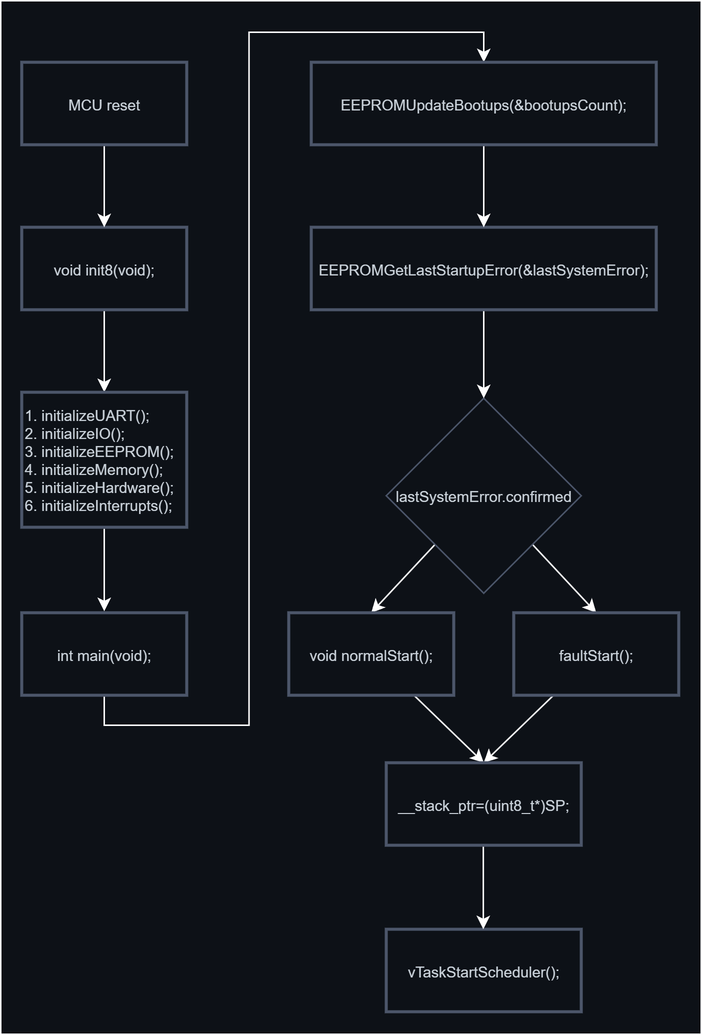
The draw.io diagram Media/StartupSequence.png in alan-kudelko/DrinkCreator6000, before a commit. Source tidied: cells renumbered, new cells last; positions are measured from the earlier drawing's top-left corner, leaving out a move shared by most shapes.
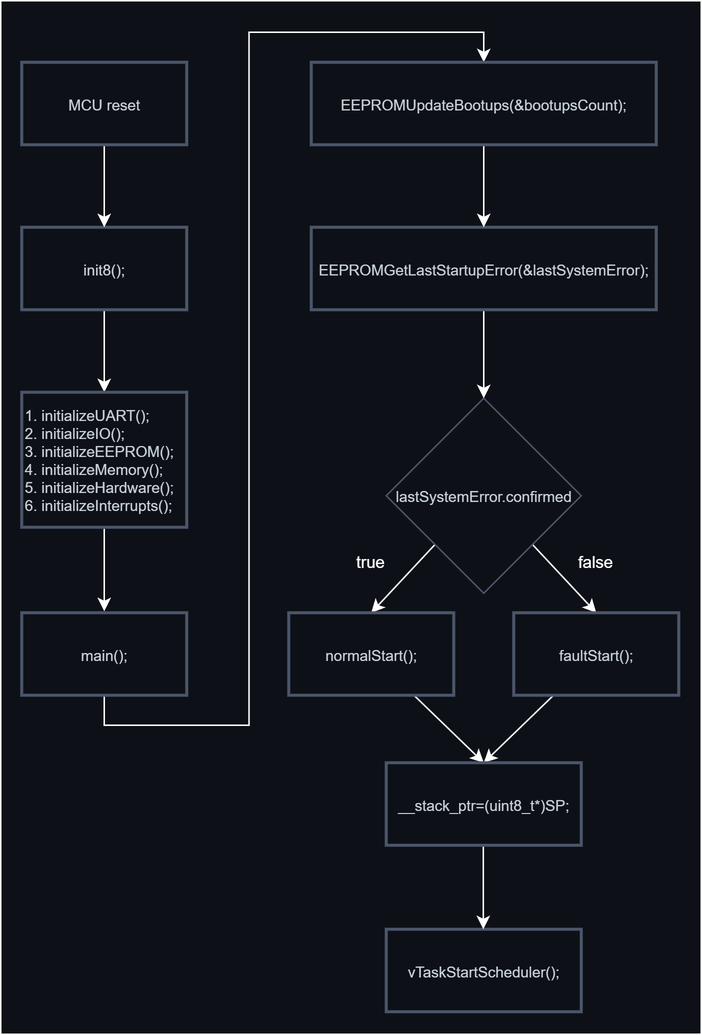
Later version of the same file.

Commit message:
Startup sequence

What changed in the source:
```diff
@@ -5,7 +5,7 @@
     <mxCell id="2" style="edgeStyle=orthogonalEdgeStyle;rounded=0;jettySize=auto;html=1;entryX=0.5;entryY=0;entryDx=0;entryDy=0;strokeColor=#FFFFFF;" parent="1" edge="1" source="3" target="6">
       <mxGeometry relative="1" as="geometry" />
     </mxCell>
-    <mxCell id="3" value="&lt;div&gt;void init8(void);&lt;/div&gt;" style="rounded=0;whiteSpace=wrap;html=1;fontSize=10;align=center;glass=0;shadow=0;strokeWidth=2;perimeterSpacing=0;strokeColor=#4C566A;fillColor=none;fontColor=#C9D1D9;verticalAlign=middle;spacingLeft=0;spacingTop=0;fontFamily=Helvetica;" parent="1" vertex="1">
+    <mxCell id="3" value="&lt;div&gt;init8();&lt;/div&gt;" style="rounded=0;whiteSpace=wrap;html=1;fontSize=10;align=center;glass=0;shadow=0;strokeWidth=2;perimeterSpacing=0;strokeColor=#4C566A;fillColor=none;fontColor=#C9D1D9;verticalAlign=middle;spacingLeft=0;spacingTop=0;fontFamily=Helvetica;" parent="1" vertex="1">
       <mxGeometry x="14" y="151" width="110" height="55" as="geometry" />
     </mxCell>
     <mxCell id="4" style="edgeStyle=orthogonalEdgeStyle;rounded=0;jettySize=auto;html=1;entryX=0.5;entryY=0;entryDx=0;entryDy=0;fontColor=light-dark(#ffffff, #ededed);strokeColor=#FFFFFF;" parent="1" edge="1" source="5" target="3">
@@ -26,7 +26,7 @@
     <mxCell id="8" style="edgeStyle=orthogonalEdgeStyle;rounded=0;jettySize=auto;html=1;entryX=0.5;entryY=0;entryDx=0;entryDy=0;strokeColor=#FFFFFF;exitX=0.5;exitY=1;exitDx=0;exitDy=0;" parent="1" edge="1" source="9" target="20">
       <mxGeometry relative="1" as="geometry" />
     </mxCell>
-    <mxCell id="9" value="&lt;div&gt;int main(void);&lt;/div&gt;" style="rounded=0;whiteSpace=wrap;html=1;fontSize=10;align=center;glass=0;shadow=0;strokeWidth=2;perimeterSpacing=0;strokeColor=#4C566A;fillColor=none;fontColor=#C9D1D9;verticalAlign=middle;spacingLeft=0;spacingTop=0;fontFamily=Helvetica;" parent="1" vertex="1">
+    <mxCell id="9" value="&lt;div&gt;main();&lt;/div&gt;" style="rounded=0;whiteSpace=wrap;html=1;fontSize=10;align=center;glass=0;shadow=0;strokeWidth=2;perimeterSpacing=0;strokeColor=#4C566A;fillColor=none;fontColor=#C9D1D9;verticalAlign=middle;spacingLeft=0;spacingTop=0;fontFamily=Helvetica;" parent="1" vertex="1">
       <mxGeometry x="14" y="408" width="110" height="55" as="geometry" />
     </mxCell>
     <mxCell id="10" style="rounded=0;jettySize=auto;html=1;exitX=1;exitY=1;exitDx=0;exitDy=0;entryX=0.5;entryY=0;entryDx=0;entryDy=0;strokeColor=#FFFFFF;" parent="1" edge="1" source="12" target="16">
@@ -35,13 +35,18 @@
     <mxCell id="11" style="rounded=0;jettySize=auto;html=1;exitX=0;exitY=1;exitDx=0;exitDy=0;entryX=0.5;entryY=0;entryDx=0;entryDy=0;strokeColor=#FFFFFF;" parent="1" edge="1" source="12" target="14">
       <mxGeometry relative="1" as="geometry" />
     </mxCell>
+    <mxCell id="25" value="true" style="edgeLabel;html=1;align=center;verticalAlign=middle;labelBackgroundColor=none;fontColor=light-dark(#ffffff, #ededed);" parent="11" vertex="1">
+      <mxGeometry x="0.03" relative="1" as="geometry">
+        <mxPoint x="-22" y="-12" as="offset" />
+      </mxGeometry>
+    </mxCell>
     <mxCell id="12" value="&lt;span style=&quot;color: rgb(201, 209, 217); font-size: 10px;&quot;&gt;lastSystemError.confirmed&lt;/span&gt;" style="rhombus;whiteSpace=wrap;html=1;fillColor=none;strokeColor=light-dark(#4c566a, #ededed);" parent="1" vertex="1">
       <mxGeometry x="257" y="265" width="130" height="130" as="geometry" />
     </mxCell>
     <mxCell id="13" style="rounded=0;jettySize=auto;html=1;entryX=0.5;entryY=0;entryDx=0;entryDy=0;strokeColor=#FFFFFF;" parent="1" edge="1" source="14" target="21">
       <mxGeometry relative="1" as="geometry" />
     </mxCell>
-    <mxCell id="14" value="void normalStart();" style="rounded=0;whiteSpace=wrap;html=1;fontSize=10;align=center;glass=0;shadow=0;strokeWidth=2;perimeterSpacing=0;strokeColor=#4C566A;fillColor=none;fontColor=#C9D1D9;verticalAlign=middle;spacingLeft=0;spacingTop=0;fontFamily=Helvetica;" parent="1" vertex="1">
+    <mxCell id="14" value="normalStart();" style="rounded=0;whiteSpace=wrap;html=1;fontSize=10;align=center;glass=0;shadow=0;strokeWidth=2;perimeterSpacing=0;strokeColor=#4C566A;fillColor=none;fontColor=#C9D1D9;verticalAlign=middle;spacingLeft=0;spacingTop=0;fontFamily=Helvetica;" parent="1" vertex="1">
       <mxGeometry x="192" y="408" width="110" height="55" as="geometry" />
     </mxCell>
     <mxCell id="15" style="rounded=0;jettySize=auto;html=1;entryX=0.5;entryY=0;entryDx=0;entryDy=0;strokeColor=#FFFFFF;" parent="1" edge="1" source="16" target="21">
@@ -68,14 +73,19 @@
     <mxCell id="22" value="vTaskStartScheduler();" style="rounded=0;whiteSpace=wrap;html=1;fontSize=10;align=center;glass=0;shadow=0;strokeWidth=2;perimeterSpacing=0;strokeColor=#4C566A;fillColor=none;fontColor=#C9D1D9;verticalAlign=middle;spacingLeft=0;spacingTop=0;fontFamily=Helvetica;" parent="1" vertex="1">
       <mxGeometry x="257" y="619" width="130" height="55" as="geometry" />
     </mxCell>
+    <mxCell id="24" style="rounded=0;whiteSpace=wrap;html=1;fillColor=none;strokeColor=#FFFFFF;fontColor=light-dark(#ffffff, #ededed);" parent="1" vertex="1">
+      <mxGeometry width="467" height="689" as="geometry" />
+    </mxCell>
     <mxCell id="23" style="edgeStyle=orthogonalEdgeStyle;rounded=0;orthogonalLoop=1;jettySize=auto;html=1;entryX=0.5;entryY=0;entryDx=0;entryDy=0;strokeColor=#FFFFFF;" parent="1" edge="1">
       <mxGeometry relative="1" as="geometry">
         <mxPoint x="321.7" y="564" as="sourcePoint" />
         <mxPoint x="321.7" y="619" as="targetPoint" />
       </mxGeometry>
     </mxCell>
-    <mxCell id="24" style="rounded=0;whiteSpace=wrap;html=1;fillColor=none;strokeColor=#FFFFFF;" parent="1" vertex="1">
-      <mxGeometry width="467" height="689" as="geometry" />
-    </mxCell>
+    <mxCell id="26" value="false" style="edgeLabel;html=1;align=center;verticalAlign=middle;labelBackgroundColor=none;fontColor=#FFFFFF;" parent="1" vertex="1">
+      <mxGeometry x="404" y="378" as="geometry">
+        <mxPoint x="-8" y="-4" as="offset" />
+      </mxGeometry>
+    </mxCell>
   </root>
 </mxGraphModel>
```
